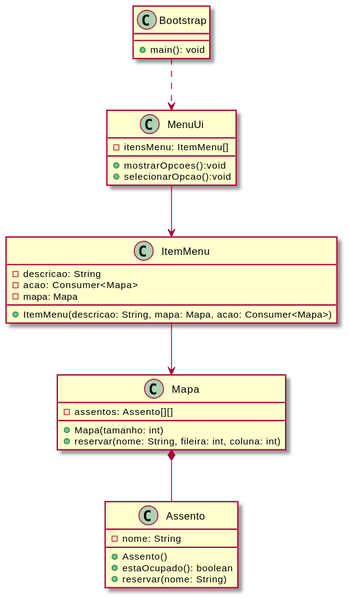
Before: src/main/resources/cinema.svg, a diagram exported from PlantUML (kibutzzz/estruturas-lineares).
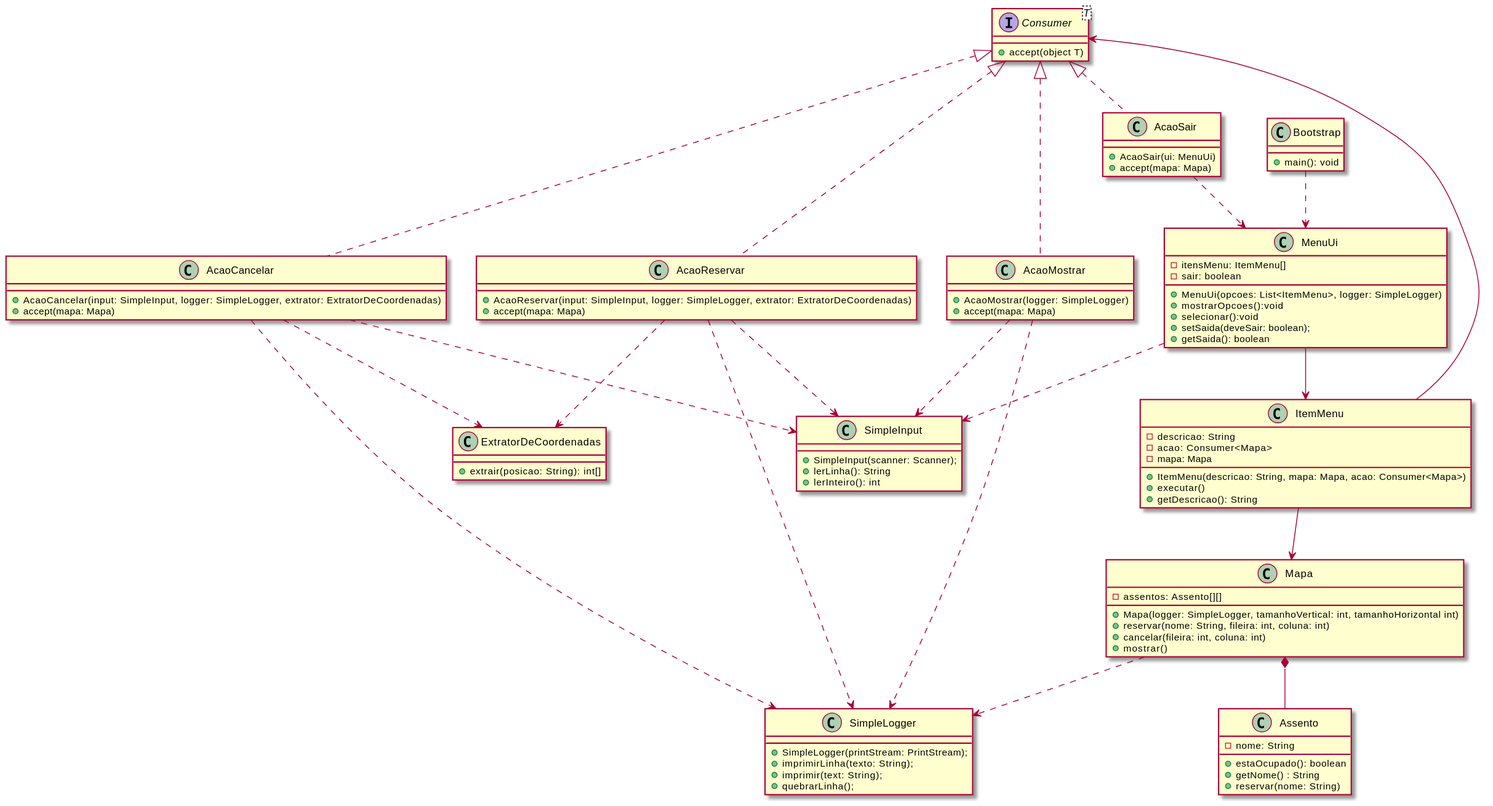
Later version of the same file.

The edit, as a diff of the source:
```diff
@@ -1,15 +1,54 @@
 @startuml cinema
+
+class SimpleLogger {
+  + SimpleLogger(printStream: PrintStream);
+  + imprimirLinha(texto: String);
+  + imprimir(text: String);
+  + quebrarLinha();
+}
+
+class SimpleInput {
+  + SimpleInput(scanner: Scanner);
+  + lerLinha(): String
+  + lerInteiro(): int
+}
+
+class ExtratorDeCoordenadas {
+  + extrair(posicao: String): int[]
+}
+
+class AcaoCancelar implements Consumer {
+  + AcaoCancelar(input: SimpleInput, logger: SimpleLogger, extrator: ExtratorDeCoordenadas)
+  + accept(mapa: Mapa)
+}
+
+class AcaoMostrar implements Consumer {
+  + AcaoMostrar(logger: SimpleLogger)
+  + accept(mapa: Mapa)
+}
+
+class AcaoReservar implements Consumer {
+  + AcaoReservar(input: SimpleInput, logger: SimpleLogger, extrator: ExtratorDeCoordenadas)
+  + accept(mapa: Mapa)
+}
+
+class AcaoSair implements Consumer {
+  + AcaoSair(ui: MenuUi)
+  + accept(mapa: Mapa)
+}
 
 class Mapa {
   - assentos: Assento[][]
-  + Mapa(tamanho: int)
+  + Mapa(logger: SimpleLogger, tamanhoVertical: int, tamanhoHorizontal int)
   + reservar(nome: String, fileira: int, coluna: int)
+  + cancelar(fileira: int, coluna: int)
+  + mostrar()
 }
 
 class Assento {
   - nome: String
-  + Assento()
   + estaOcupado(): boolean
+  + getNome() : String
   + reservar(nome: String)
 }
 
@@ -19,8 +58,13 @@
 
 class MenuUi {
   - itensMenu: ItemMenu[]
+  - sair: boolean
+
+  + MenuUi(opcoes: List<ItemMenu>, logger: SimpleLogger)
   + mostrarOpcoes():void
-  + selecionarOpcao():void
+  + selecionar():void
+  + setSaida(deveSair: boolean);
+  + getSaida(): boolean
 }
 
 class ItemMenu {
@@ -29,11 +73,36 @@
   - mapa: Mapa
 
   + ItemMenu(descricao: String, mapa: Mapa, acao: Consumer<Mapa>)
+  + executar()
+  + getDescricao(): String
+}
+
+interface Consumer<T> {
+
+  + accept(object T)
 }
 
 
 Bootstrap ..> MenuUi
+ItemMenu --> Consumer
+AcaoCancelar ..> ExtratorDeCoordenadas
+AcaoReservar ..> ExtratorDeCoordenadas
+
+AcaoMostrar ..> SimpleLogger
+AcaoCancelar ..> SimpleLogger
+AcaoReservar ..> SimpleLogger
+
+AcaoSair ..> MenuUi
+
+AcaoMostrar ..> SimpleInput
+AcaoCancelar ..> SimpleInput
+AcaoReservar ..> SimpleInput
+
+
+
 Mapa *-- Assento
+MenuUi ..> SimpleInput
+Mapa ..> SimpleLogger
 MenuUi --> ItemMenu
 ItemMenu --> Mapa
 
```
